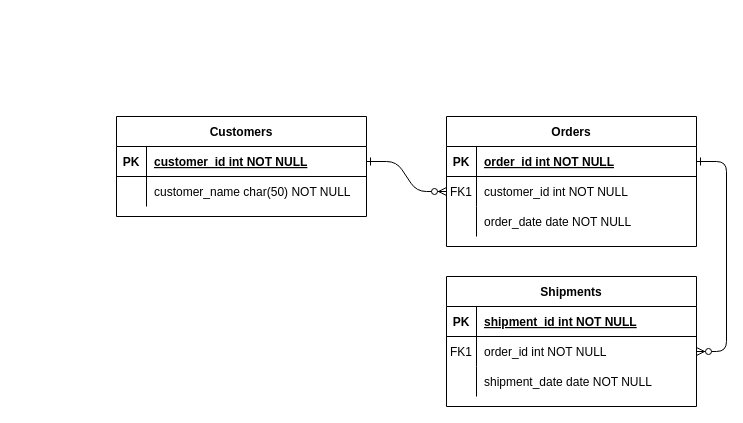
Earlier version of the draw.io diagram Untitled Diagram.drawio (jennifn1/Miscellaneous). Source tidied: cells renumbered, new cells numbered last; positions are measured from the earlier drawing's top-left corner, leaving out a move shared by most shapes. Both pictures are drawn from the tidied source at 100%, with x=0, y=0 at pixel (116, 116).
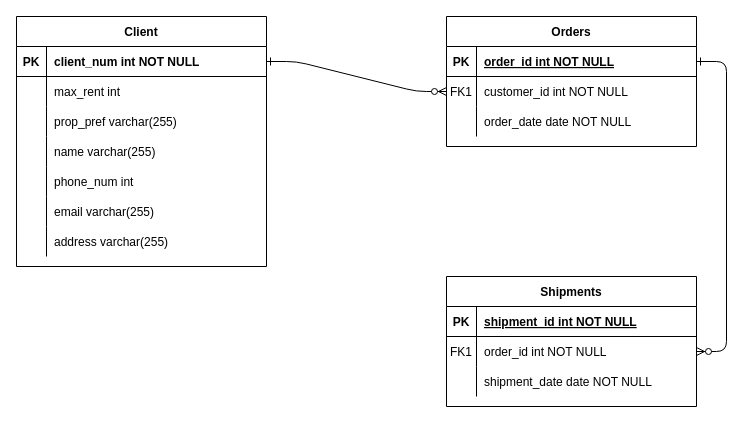
Above is the later version.

Commit message:
made a single table, probs need to fix it

Unchanged cells that the change refers to:
```xml
<mxCell id="25" style="shape=partialRectangle;fillColor=none;points=[[0,0.5],[1,0.5]];portConstraint=eastwest;top=0;left=0;right=0;bottom=1;" parent="24" vertex="1">
  <mxGeometry y="30" width="250" height="30" as="geometry" />
</mxCell>
<mxCell id="28" style="shape=partialRectangle;fillColor=none;top=0;left=0;right=0;bottom=0;" parent="24" vertex="1">
  <mxGeometry y="60" width="250" height="30" as="geometry" />
</mxCell>
```

Change to the diagram source:
```diff
@@
     <mxCell id="4" value="Orders" style="shape=table;startSize=30;childLayout=tableLayout;rowLines=0;fontStyle=1;align=center;" parent="1" vertex="1">
-      <mxGeometry x="330" width="250" height="130" as="geometry" />
+      <mxGeometry x="330" y="-100" width="250" height="130" as="geometry" />
     </mxCell>
@@
-    <mxCell id="24" value="Customers" style="shape=table;startSize=30;childLayout=tableLayout;rowLines=0;fontStyle=1;align=center;" parent="1" vertex="1">
-      <mxGeometry width="250" height="100" as="geometry" />
+    <mxCell id="24" value="Client" style="shape=table;startSize=30;childLayout=tableLayout;rowLines=0;fontStyle=1;align=center;" parent="1" vertex="1">
+      <mxGeometry x="-100" y="-100" width="250" height="250" as="geometry" />
     </mxCell>
@@
-    <mxCell id="27" value="customer_id int NOT NULL " style="shape=partialRectangle;overflow=hidden;fillColor=none;top=0;left=0;bottom=0;right=0;align=left;spacingLeft=6;fontStyle=5;" parent="25" vertex="1">
+    <mxCell id="27" value="client_num int NOT NULL " style="shape=partialRectangle;overflow=hidden;fillColor=none;top=0;left=0;bottom=0;right=0;align=left;spacingLeft=6;fontStyle=1;" parent="25" vertex="1">
       <mxGeometry x="30" width="220" height="30" as="geometry" />
     </mxCell>
@@
-    <mxCell id="30" value="customer_name char(50) NOT NULL" style="shape=partialRectangle;overflow=hidden;fillColor=none;top=0;left=0;bottom=0;right=0;align=left;spacingLeft=6;" parent="28" vertex="1">
+    <mxCell id="30" value="max_rent int" style="shape=partialRectangle;overflow=hidden;fillColor=none;top=0;left=0;bottom=0;right=0;align=left;spacingLeft=6;" parent="28" vertex="1">
       <mxGeometry x="30" width="220" height="30" as="geometry" />
     </mxCell>
+    <mxCell id="31" style="shape=partialRectangle;fillColor=none;top=0;left=0;bottom=0;right=0;" parent="24" vertex="1">
+      <mxGeometry y="90" width="250" height="30" as="geometry" />
+    </mxCell>
+    <mxCell id="32" style="shape=partialRectangle;fillColor=none;top=0;left=0;bottom=0;right=0;overflow=hidden;" parent="31" vertex="1">
+      <mxGeometry width="30" height="30" as="geometry" />
+    </mxCell>
+    <mxCell id="33" value="prop_pref varchar(255)" style="shape=partialRectangle;fillColor=none;top=0;left=0;bottom=0;right=0;align=left;spacingLeft=6;overflow=hidden;" parent="31" vertex="1">
+      <mxGeometry x="30" width="220" height="30" as="geometry" />
+    </mxCell>
+    <mxCell id="34" style="shape=partialRectangle;fillColor=none;top=0;left=0;bottom=0;right=0;" parent="24" vertex="1">
+      <mxGeometry y="120" width="250" height="30" as="geometry" />
+    </mxCell>
+    <mxCell id="35" style="shape=partialRectangle;fillColor=none;top=0;left=0;bottom=0;right=0;overflow=hidden;" parent="34" vertex="1">
+      <mxGeometry width="30" height="30" as="geometry" />
+    </mxCell>
+    <mxCell id="36" value="name varchar(255)" style="shape=partialRectangle;fillColor=none;top=0;left=0;bottom=0;right=0;align=left;spacingLeft=6;overflow=hidden;" parent="34" vertex="1">
+      <mxGeometry x="30" width="220" height="30" as="geometry" />
+    </mxCell>
+    <mxCell id="37" style="shape=partialRectangle;fillColor=none;top=0;left=0;bottom=0;right=0;" parent="24" vertex="1">
+      <mxGeometry y="150" width="250" height="30" as="geometry" />
+    </mxCell>
+    <mxCell id="38" style="shape=partialRectangle;fillColor=none;top=0;left=0;bottom=0;right=0;overflow=hidden;" parent="37" vertex="1">
+      <mxGeometry width="30" height="30" as="geometry" />
+    </mxCell>
+    <mxCell id="39" value="phone_num int" style="shape=partialRectangle;fillColor=none;top=0;left=0;bottom=0;right=0;align=left;spacingLeft=6;overflow=hidden;" parent="37" vertex="1">
+      <mxGeometry x="30" width="220" height="30" as="geometry" />
+    </mxCell>
+    <mxCell id="40" style="shape=partialRectangle;fillColor=none;top=0;left=0;bottom=0;right=0;" parent="24" vertex="1">
+      <mxGeometry y="180" width="250" height="30" as="geometry" />
+    </mxCell>
+    <mxCell id="41" style="shape=partialRectangle;fillColor=none;top=0;left=0;bottom=0;right=0;overflow=hidden;" parent="40" vertex="1">
+      <mxGeometry width="30" height="30" as="geometry" />
+    </mxCell>
+    <mxCell id="42" value="email varchar(255)" style="shape=partialRectangle;fillColor=none;top=0;left=0;bottom=0;right=0;align=left;spacingLeft=6;overflow=hidden;" parent="40" vertex="1">
+      <mxGeometry x="30" width="220" height="30" as="geometry" />
+    </mxCell>
+    <mxCell id="43" style="shape=partialRectangle;fillColor=none;top=0;left=0;bottom=0;right=0;" parent="24" vertex="1">
+      <mxGeometry y="210" width="250" height="30" as="geometry" />
+    </mxCell>
+    <mxCell id="44" style="shape=partialRectangle;fillColor=none;top=0;left=0;bottom=0;right=0;overflow=hidden;" parent="43" vertex="1">
+      <mxGeometry width="30" height="30" as="geometry" />
+    </mxCell>
+    <mxCell id="45" value="address varchar(255)" style="shape=partialRectangle;fillColor=none;top=0;left=0;bottom=0;right=0;align=left;spacingLeft=6;overflow=hidden;" parent="43" vertex="1">
+      <mxGeometry x="30" width="220" height="30" as="geometry" />
+    </mxCell>
```
